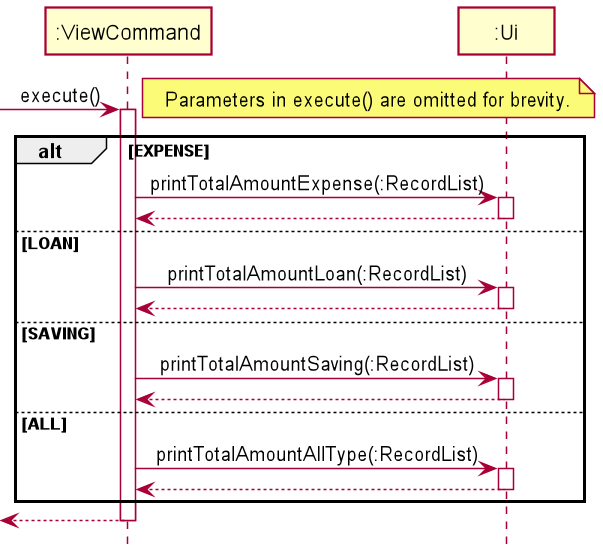
nus-cs2113-AY2021S2/tp keeps this PlantUML diagram as docs/img/ViewFeatureSequenceDiagram.png. Above is the earlier version.
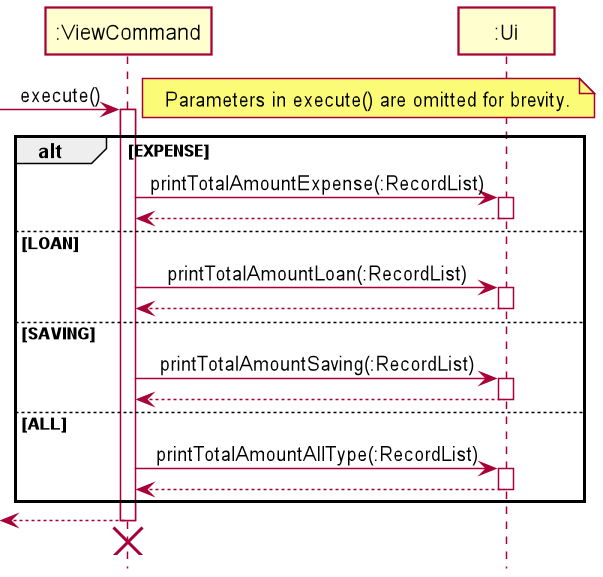
After the commit.

Diff of the diagram source:
```diff
@@ -40,5 +40,7 @@
 
 [<-- ":ViewCommand"
 deactivate ":ViewCommand"
+[<-[hidden]- ":ViewCommand"
+destroy ":ViewCommand"
 
 @enduml
```
